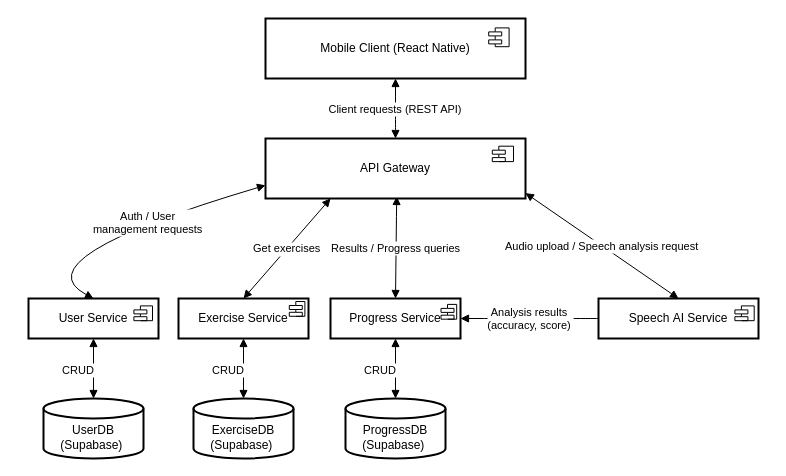
Above: page "Components" (1 of 3) of APPZ/Diagrams.drawio in mangust13/Sem_07 (draw.io), before the change. Source tidied: cells renumbered, new cells numbered last; positions are measured from the earlier drawing's top-left corner, leaving out a move shared by most shapes. Both pictures are drawn from the tidied source at 100%, with x=0, y=0 at pixel (18, 18).
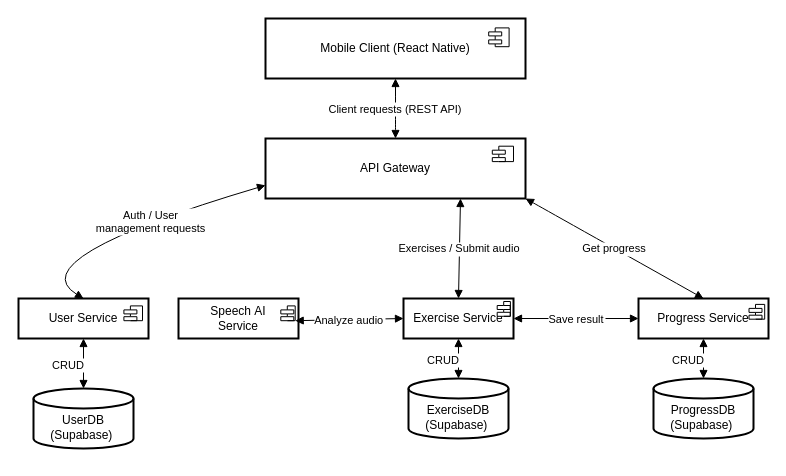
Above is the later version.

The change refers to these unchanged cells:
```xml
<mxCell id="18" value="Progress Service" style="whiteSpace=wrap;strokeWidth=2;" parent="17" vertex="1">
  <mxGeometry width="130" height="40" as="geometry" />
</mxCell>
<mxCell id="21" value="API Gateway" style="whiteSpace=wrap;strokeWidth=2;" parent="20" vertex="1">
  <mxGeometry width="260" height="60" as="geometry" />
</mxCell>
```

The edit, as a diff of the source:
```diff
@@
     <mxCell id="2" value="UserDB&#10;(Supabase) " style="shape=cylinder3;boundedLbl=1;backgroundOutline=1;size=10;strokeWidth=2;whiteSpace=wrap;" parent="1" vertex="1">
-      <mxGeometry x="25" y="380" width="100" height="60" as="geometry" />
+      <mxGeometry x="15" y="370" width="100" height="60" as="geometry" />
     </mxCell>
@@
-    <mxCell id="4" value="Get exercises" style="startArrow=block;endArrow=block;exitX=0.25;exitY=1;entryX=0.5;entryY=0;rounded=0;entryDx=0;entryDy=0;startFill=1;exitDx=0;exitDy=0;" parent="1" edge="1" source="21" target="12">
+    <mxCell id="4" value="Exercises / Submit audio" style="startArrow=block;endArrow=block;exitX=0.75;exitY=1;entryX=0.5;entryY=0;rounded=0;entryDx=0;entryDy=0;startFill=1;exitDx=0;exitDy=0;" parent="1" edge="1" source="21" target="12">
       <mxGeometry relative="1" as="geometry" />
     </mxCell>
-    <mxCell id="5" value="Audio upload / Speech analysis request" style="startArrow=block;endArrow=block;exitX=1;exitY=0.91;entryX=0.5;entryY=0.01;rounded=0;startFill=1;" parent="1" edge="1" source="21" target="15">
-      <mxGeometry relative="1" as="geometry" />
-    </mxCell>
-    <mxCell id="6" value="Results / Progress queries" style="curved=1;startArrow=block;endArrow=block;entryX=0.5;entryY=0;rounded=0;startFill=1;entryDx=0;entryDy=0;endFill=1;" parent="1" edge="1" target="18">
-      <mxGeometry relative="1" as="geometry">
-        <mxPoint x="378.2" y="178" as="sourcePoint" />
-      </mxGeometry>
+    <mxCell id="6" value="Get progress" style="curved=1;startArrow=block;endArrow=block;entryX=0.5;entryY=0;rounded=0;startFill=1;entryDx=0;entryDy=0;endFill=1;exitX=1;exitY=1;exitDx=0;exitDy=0;" parent="1" edge="1" source="21" target="18">
+      <mxGeometry relative="1" as="geometry" />
     </mxCell>
-    <mxCell id="7" value="Analysis results &#10;(accuracy, score)" style="curved=1;startArrow=none;endArrow=block;exitX=0;exitY=0.5;entryX=1;entryY=0.5;rounded=0;exitDx=0;exitDy=0;entryDx=0;entryDy=0;" parent="1" edge="1" source="15" target="18">
-      <mxGeometry relative="1" as="geometry" />
-    </mxCell>
     <mxCell id="8" style="group;" parent="1" vertex="1">
-      <mxGeometry x="10" y="280" width="130" height="40" as="geometry" />
+      <mxGeometry y="280" width="130" height="40" as="geometry" />
     </mxCell>
@@
     <mxCell id="11" style="group;" parent="1" vertex="1">
-      <mxGeometry x="160" y="280" width="130" height="40" as="geometry" />
+      <mxGeometry x="385" y="280" width="110" height="40" as="geometry" />
     </mxCell>
     <mxCell id="12" value="Exercise Service" style="whiteSpace=wrap;strokeWidth=2;" parent="11" vertex="1">
-      <mxGeometry width="130" height="40" as="geometry" />
+      <mxGeometry width="110" height="40" as="geometry" />
     </mxCell>
     <mxCell id="13" style="shape=module;align=left;spacingLeft=20;align=center;verticalAlign=top;whiteSpace=wrap;html=1;jettyWidth=13;jettyHeight=4;" parent="11" vertex="1">
-      <mxGeometry x="110.8" y="3" width="15.6" height="14.8" as="geometry" />
+      <mxGeometry x="93.7" y="3" width="13.2" height="14.8" as="geometry" />
     </mxCell>
     <mxCell id="14" style="group;" parent="1" vertex="1">
-      <mxGeometry x="580" y="280" width="160" height="40" as="geometry" />
+      <mxGeometry x="160" y="280" width="120" height="40" as="geometry" />
     </mxCell>
-    <mxCell id="15" value="Speech AI Service" style="whiteSpace=wrap;strokeWidth=2;" parent="14" vertex="1">
-      <mxGeometry width="160" height="40" as="geometry" />
+    <mxCell id="15" value="Speech AI &#10;Service" style="whiteSpace=wrap;strokeWidth=2;" parent="14" vertex="1">
+      <mxGeometry width="120" height="40" as="geometry" />
     </mxCell>
     <mxCell id="16" style="shape=module;align=left;spacingLeft=20;align=center;verticalAlign=top;whiteSpace=wrap;html=1;jettyWidth=13;jettyHeight=4;" parent="14" vertex="1">
-      <mxGeometry x="136.4" y="7.4" width="19.3" height="14.8" as="geometry" />
+      <mxGeometry x="102.3" y="7.4" width="14.4" height="14.8" as="geometry" />
     </mxCell>
     <mxCell id="17" style="group;" parent="1" vertex="1">
-      <mxGeometry x="312" y="280" width="130" height="40" as="geometry" />
+      <mxGeometry x="620" y="280" width="130" height="40" as="geometry" />
     </mxCell>
@@
     <mxCell id="28" value="ExerciseDB &#10;(Supabase) " style="shape=cylinder3;boundedLbl=1;backgroundOutline=1;size=10;strokeWidth=2;whiteSpace=wrap;" parent="1" vertex="1">
-      <mxGeometry x="175" y="380" width="100" height="60" as="geometry" />
+      <mxGeometry x="390" y="360" width="100" height="60" as="geometry" />
     </mxCell>
@@
     <mxCell id="30" value="ProgressDB &#10;(Supabase) " style="shape=cylinder3;boundedLbl=1;backgroundOutline=1;size=10;strokeWidth=2;whiteSpace=wrap;" parent="1" vertex="1">
-      <mxGeometry x="327" y="380" width="100" height="60" as="geometry" />
+      <mxGeometry x="635" y="360" width="100" height="60" as="geometry" />
     </mxCell>
@@
+    <mxCell id="32" value="Analyze audio" style="startArrow=block;endArrow=block;exitX=1;exitY=1;entryX=0;entryY=0.5;rounded=0;entryDx=0;entryDy=0;startFill=1;exitDx=0;exitDy=0;" parent="1" edge="1" source="16" target="12">
+      <mxGeometry relative="1" as="geometry" />
+    </mxCell>
+    <mxCell id="33" value="Save result" style="startArrow=block;endArrow=block;exitX=1;exitY=0.5;entryX=0;entryY=0.5;rounded=0;entryDx=0;entryDy=0;startFill=1;exitDx=0;exitDy=0;" parent="1" edge="1" source="12" target="18">
+      <mxGeometry relative="1" as="geometry" />
+    </mxCell>
```
